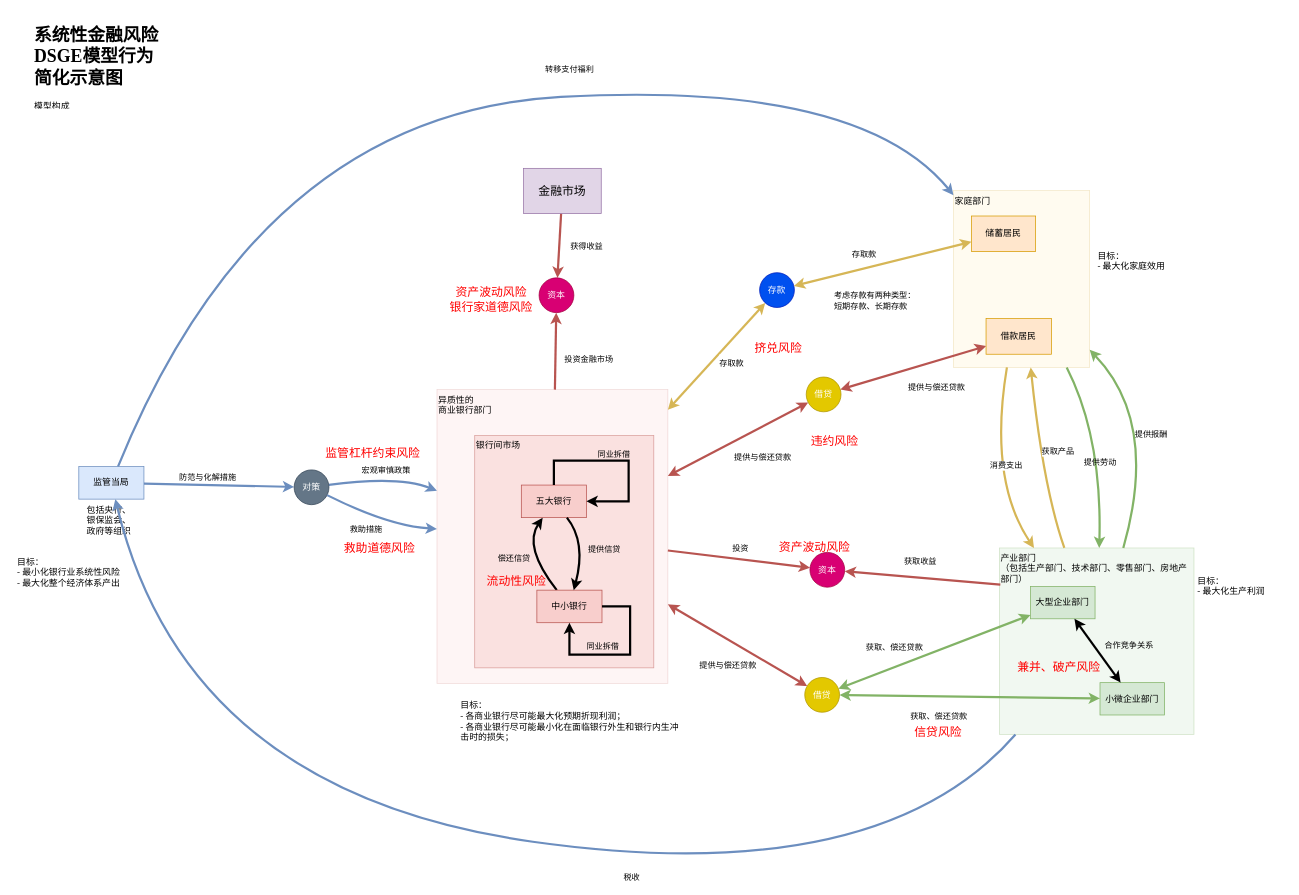
Earlier version of the draw.io diagram page "系统性金融风险DSGE模型行为简化示意图" (1 of 10) of Models/模型框架示意图/系统性金融风险建模.drawio (ComplexScienceLab/SystemicRiskSimulator). Source tidied: cells renumbered, new cells numbered last; positions are measured from the earlier drawing's top-left corner, leaving out a move shared by most shapes. Both pictures are drawn from the tidied source at 74%, with x=0, y=0 at pixel (16, 20).
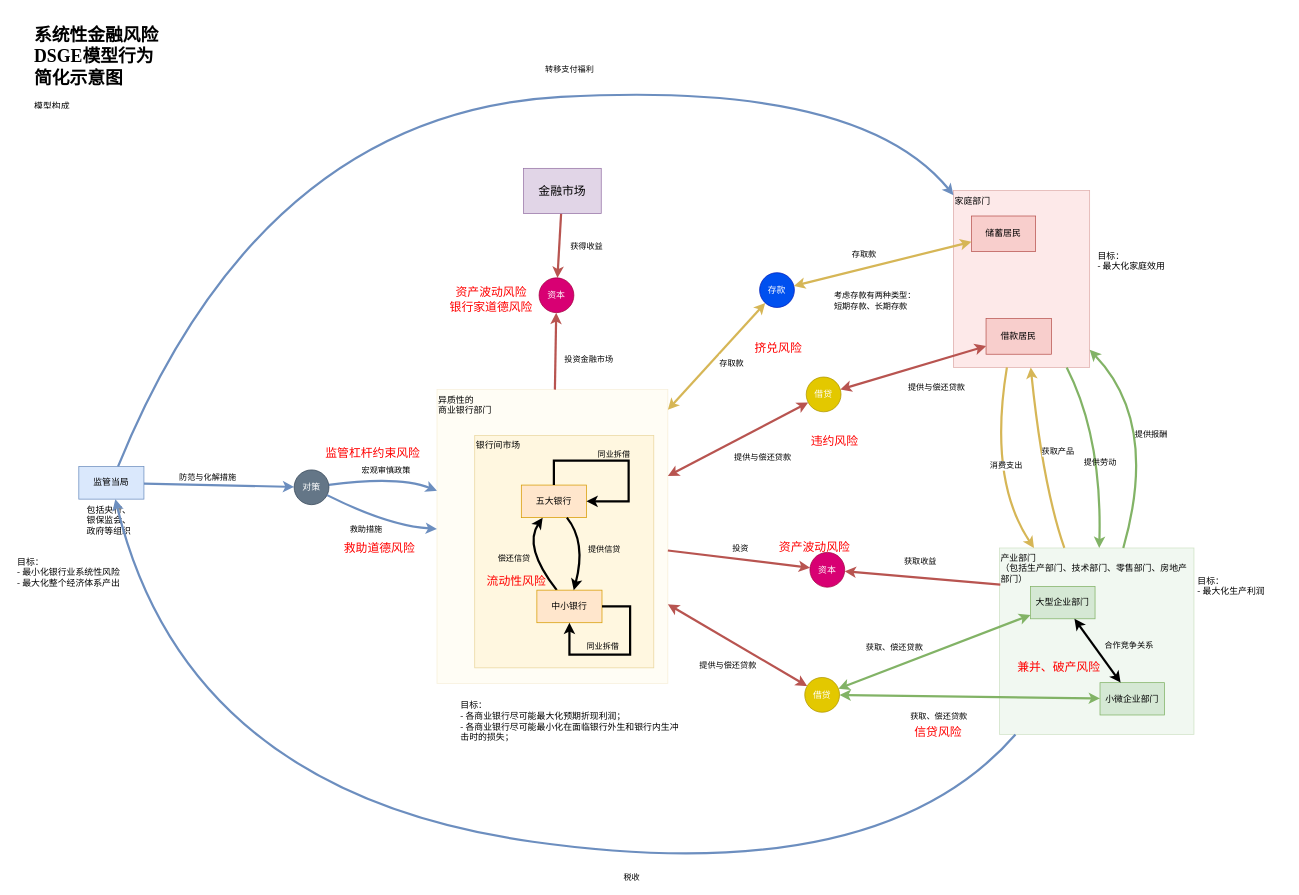
The same page after the edit.

The change refers to these unchanged cells:
```xml
<mxCell id="9" style="group;fontFamily=Times New Roman;" parent="8" vertex="1">
  <mxGeometry x="569" y="499" width="334" height="488" as="geometry" />
</mxCell>
```

What changed in the source:
```diff
@@
-    <mxCell id="10" value="异质性的&lt;br&gt;商业银行部门" style="whiteSpace=wrap;html=1;fillColor=#f8cecc;strokeColor=#b85450;verticalAlign=top;align=left;opacity=20;fontFamily=Times New Roman;" parent="9" vertex="1">
+    <mxCell id="10" value="异质性的&lt;br&gt;商业银行部门" style="whiteSpace=wrap;html=1;fillColor=#fff2cc;strokeColor=#d6b656;verticalAlign=top;align=left;opacity=20;fontFamily=Times New Roman;" parent="9" vertex="1">
       <mxGeometry width="312" height="397" as="geometry" />
     </mxCell>
-    <mxCell id="11" value="银行间市场" style="rounded=0;whiteSpace=wrap;html=1;align=left;fillColor=#f8cecc;strokeColor=#b85450;verticalAlign=top;horizontal=1;opacity=50;fontFamily=Times New Roman;" parent="9" vertex="1">
+    <mxCell id="11" value="银行间市场" style="rounded=0;whiteSpace=wrap;html=1;align=left;fillColor=#fff2cc;strokeColor=#d6b656;verticalAlign=top;horizontal=1;opacity=50;fontFamily=Times New Roman;" parent="9" vertex="1">
       <mxGeometry x="51" y="62" width="242" height="314" as="geometry" />
     </mxCell>
-    <mxCell id="12" value="五大银行" style="whiteSpace=wrap;html=1;fillColor=#f8cecc;strokeColor=#b85450;fontFamily=Times New Roman;" parent="9" vertex="1">
+    <mxCell id="12" value="五大银行" style="whiteSpace=wrap;html=1;fillColor=#ffe6cc;strokeColor=#d79b00;fontFamily=Times New Roman;" parent="9" vertex="1">
       <mxGeometry x="114" y="129" width="88" height="44" as="geometry" />
     </mxCell>
@@
-    <mxCell id="16" value="中小银行" style="whiteSpace=wrap;html=1;fillColor=#f8cecc;strokeColor=#b85450;glass=0;fontFamily=Times New Roman;" parent="9" vertex="1">
+    <mxCell id="16" value="中小银行" style="whiteSpace=wrap;html=1;fillColor=#ffe6cc;strokeColor=#d79b00;glass=0;fontFamily=Times New Roman;" parent="9" vertex="1">
       <mxGeometry x="135" y="271" width="88" height="44" as="geometry" />
     </mxCell>
@@
-    <mxCell id="31" style="group;fontFamily=Times New Roman;" parent="8" vertex="1">
+    <mxCell id="31" style="group;fontFamily=Times New Roman;fillColor=#f8cecc;strokeColor=#b85450;opacity=20;" parent="8" vertex="1">
       <mxGeometry x="1267" y="230" width="184" height="239" as="geometry" />
     </mxCell>
-    <mxCell id="32" value="家庭部门" style="whiteSpace=wrap;html=1;fillColor=#fff2cc;strokeColor=#d6b656;align=left;verticalAlign=top;opacity=30;fontFamily=Times New Roman;" parent="31" vertex="1">
+    <mxCell id="32" value="家庭部门" style="whiteSpace=wrap;html=1;fillColor=#f8cecc;strokeColor=#b85450;align=left;verticalAlign=top;opacity=30;fontFamily=Times New Roman;" parent="31" vertex="1">
       <mxGeometry width="184" height="239" as="geometry" />
     </mxCell>
-    <mxCell id="33" value="储蓄居民" style="whiteSpace=wrap;html=1;fillColor=#ffe6cc;strokeColor=#d79b00;fontFamily=Times New Roman;" parent="31" vertex="1">
+    <mxCell id="33" value="储蓄居民" style="whiteSpace=wrap;html=1;fillColor=#f8cecc;strokeColor=#b85450;fontFamily=Times New Roman;" parent="31" vertex="1">
       <mxGeometry x="24.3" y="34.4" width="86.7" height="48.1" as="geometry" />
     </mxCell>
-    <mxCell id="34" value="借款居民" style="whiteSpace=wrap;html=1;fillColor=#ffe6cc;strokeColor=#d79b00;fontFamily=Times New Roman;" parent="31" vertex="1">
+    <mxCell id="34" value="借款居民" style="whiteSpace=wrap;html=1;fillColor=#f8cecc;strokeColor=#b85450;fontFamily=Times New Roman;" parent="31" vertex="1">
       <mxGeometry x="44" y="173" width="88.3" height="48.2" as="geometry" />
     </mxCell>
```
